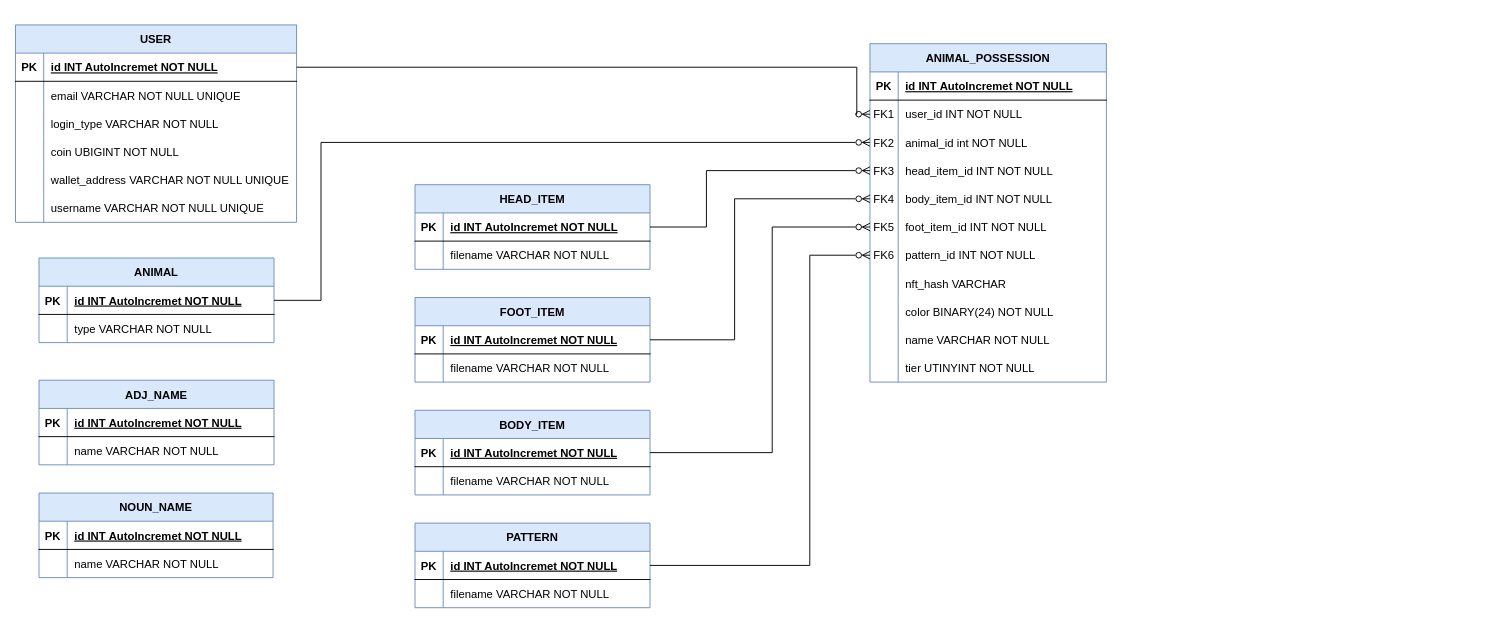
The draw.io diagram docs/BLUE_HAT_ERD.drawio in Blue-Hat-Games/bluehat_server, before the edit. Source tidied: cells renumbered, new cells numbered last; positions are measured from the earlier drawing's top-left corner, leaving out a move shared by most shapes. Both pictures are drawn from the tidied source at 94%, with x=0, y=0 at pixel (15, 24).
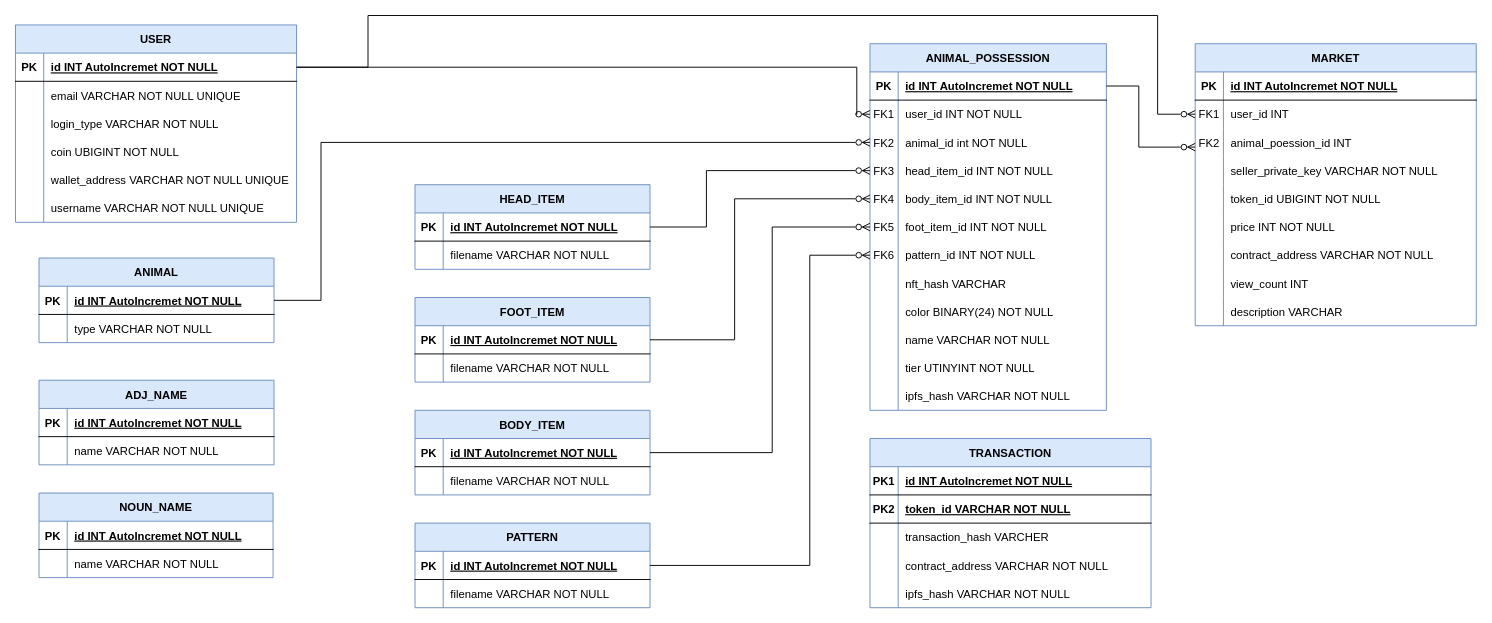
The same page after the edit.

The change refers to these unchanged cells:
```xml
<mxCell id="10" style="shape=partialRectangle;fillColor=none;points=[[0,0.5],[1,0.5]];portConstraint=eastwest;top=0;left=0;right=0;bottom=1;" parent="9" vertex="1">
  <mxGeometry y="30" width="251.5" height="30" as="geometry" />
</mxCell>
<mxCell id="44" style="shape=partialRectangle;fillColor=none;points=[[0,0.5],[1,0.5]];portConstraint=eastwest;top=0;left=0;right=0;bottom=1;" parent="43" vertex="1">
  <mxGeometry y="30" width="299" height="30" as="geometry" />
</mxCell>
```

The edit, as a diff of the source:
```diff
@@
     <mxCell id="9" value="ANIMAL_POSSESSION" style="shape=table;startSize=30;childLayout=tableLayout;rowLines=0;fontStyle=1;align=center;fillColor=#dae8fc;strokeColor=#6c8ebf;" parent="1" vertex="1">
-      <mxGeometry x="909" y="20" width="251.5" height="360" as="geometry" />
+      <mxGeometry x="909" y="20" width="251.5" height="390" as="geometry" />
     </mxCell>
@@
+    <mxCell id="111" style="shape=partialRectangle;fillColor=none;top=0;left=0;right=0;bottom=0;" parent="9" vertex="1">
+      <mxGeometry y="360" width="251.5" height="30" as="geometry" />
+    </mxCell>
+    <mxCell id="112" style="shape=partialRectangle;overflow=hidden;fillColor=none;top=0;left=0;bottom=0;right=0;" parent="111" vertex="1">
+      <mxGeometry width="30" height="30" as="geometry" />
+    </mxCell>
+    <mxCell id="113" value="ipfs_hash VARCHAR NOT NULL" style="shape=partialRectangle;overflow=hidden;fillColor=none;top=0;left=0;bottom=0;right=0;align=left;spacingLeft=6;" parent="111" vertex="1">
+      <mxGeometry x="30" width="221.5" height="30" as="geometry" />
+    </mxCell>
@@
+    <mxCell id="114" value="MARKET" style="shape=table;startSize=30;childLayout=tableLayout;rowLines=0;fontStyle=1;align=center;fillColor=#dae8fc;strokeColor=#6c8ebf;" parent="1" vertex="1">
+      <mxGeometry x="1255" y="20" width="299" height="300" as="geometry" />
+    </mxCell>
+    <mxCell id="115" style="shape=partialRectangle;fillColor=none;top=0;left=0;right=0;bottom=1;" parent="114" vertex="1">
+      <mxGeometry y="30" width="299" height="30" as="geometry" />
+    </mxCell>
+    <mxCell id="116" value="PK" style="shape=partialRectangle;overflow=hidden;fillColor=none;top=0;left=0;bottom=0;right=0;fontStyle=1;" parent="115" vertex="1">
+      <mxGeometry width="30" height="30" as="geometry" />
+    </mxCell>
+    <mxCell id="117" value="id INT AutoIncremet NOT NULL" style="shape=partialRectangle;overflow=hidden;fillColor=none;top=0;left=0;bottom=0;right=0;align=left;spacingLeft=6;fontStyle=5;" parent="115" vertex="1">
+      <mxGeometry x="30" width="269" height="30" as="geometry" />
+    </mxCell>
+    <mxCell id="118" style="shape=partialRectangle;fillColor=none;points=[[0,0.5],[1,0.5]];portConstraint=eastwest;top=0;left=0;right=0;bottom=0;" parent="114" vertex="1">
+      <mxGeometry y="60" width="299" height="30" as="geometry" />
+    </mxCell>
+    <mxCell id="119" value="FK1" style="shape=partialRectangle;overflow=hidden;fillColor=none;top=0;left=0;bottom=0;right=0;" parent="118" vertex="1">
+      <mxGeometry width="30" height="30" as="geometry" />
+    </mxCell>
+    <mxCell id="120" value="user_id INT" style="shape=partialRectangle;overflow=hidden;fillColor=none;top=0;left=0;bottom=0;right=0;align=left;spacingLeft=6;" parent="118" vertex="1">
+      <mxGeometry x="30" width="269" height="30" as="geometry" />
+    </mxCell>
+    <mxCell id="121" style="shape=partialRectangle;fillColor=none;top=0;left=0;right=0;bottom=0;" parent="114" vertex="1">
+      <mxGeometry y="90" width="299" height="30" as="geometry" />
+    </mxCell>
+    <mxCell id="122" value="FK2" style="shape=partialRectangle;overflow=hidden;fillColor=none;top=0;left=0;bottom=0;right=0;" parent="121" vertex="1">
+      <mxGeometry width="30" height="30" as="geometry" />
+    </mxCell>
+    <mxCell id="123" value="animal_poession_id INT" style="shape=partialRectangle;overflow=hidden;fillColor=none;top=0;left=0;bottom=0;right=0;align=left;spacingLeft=6;" parent="121" vertex="1">
+      <mxGeometry x="30" width="269" height="30" as="geometry" />
+    </mxCell>
+    <mxCell id="124" style="shape=partialRectangle;fillColor=none;points=[[0,0.5],[1,0.5]];portConstraint=eastwest;top=0;left=0;right=0;bottom=0;" parent="114" vertex="1">
+      <mxGeometry y="120" width="299" height="30" as="geometry" />
+    </mxCell>
+    <mxCell id="125" style="shape=partialRectangle;overflow=hidden;fillColor=none;top=0;left=0;bottom=0;right=0;" parent="124" vertex="1">
+      <mxGeometry width="30" height="30" as="geometry" />
+    </mxCell>
+    <mxCell id="126" value="seller_private_key VARCHAR NOT NULL" style="shape=partialRectangle;overflow=hidden;fillColor=none;top=0;left=0;bottom=0;right=0;align=left;spacingLeft=6;" parent="124" vertex="1">
+      <mxGeometry x="30" width="269" height="30" as="geometry" />
+    </mxCell>
+    <mxCell id="127" style="shape=partialRectangle;fillColor=none;top=0;left=0;right=0;bottom=0;" parent="114" vertex="1">
+      <mxGeometry y="150" width="299" height="30" as="geometry" />
+    </mxCell>
+    <mxCell id="128" style="shape=partialRectangle;overflow=hidden;fillColor=none;top=0;left=0;bottom=0;right=0;" parent="127" vertex="1">
+      <mxGeometry width="30" height="30" as="geometry" />
+    </mxCell>
+    <mxCell id="129" value="token_id UBIGINT NOT NULL" style="shape=partialRectangle;overflow=hidden;fillColor=none;top=0;left=0;bottom=0;right=0;align=left;spacingLeft=6;" parent="127" vertex="1">
+      <mxGeometry x="30" width="269" height="30" as="geometry" />
+    </mxCell>
+    <mxCell id="130" style="shape=partialRectangle;fillColor=none;top=0;left=0;right=0;bottom=0;" parent="114" vertex="1">
+      <mxGeometry y="180" width="299" height="30" as="geometry" />
+    </mxCell>
+    <mxCell id="131" style="shape=partialRectangle;overflow=hidden;fillColor=none;top=0;left=0;bottom=0;right=0;" parent="130" vertex="1">
+      <mxGeometry width="30" height="30" as="geometry" />
+    </mxCell>
+    <mxCell id="132" value="price INT NOT NULL" style="shape=partialRectangle;overflow=hidden;fillColor=none;top=0;left=0;bottom=0;right=0;align=left;spacingLeft=6;" parent="130" vertex="1">
+      <mxGeometry x="30" width="269" height="30" as="geometry" />
+    </mxCell>
+    <mxCell id="133" style="shape=partialRectangle;fillColor=none;top=0;left=0;right=0;bottom=0;" parent="114" vertex="1">
+      <mxGeometry y="210" width="299" height="30" as="geometry" />
+    </mxCell>
+    <mxCell id="134" style="shape=partialRectangle;overflow=hidden;fillColor=none;top=0;left=0;bottom=0;right=0;" parent="133" vertex="1">
+      <mxGeometry width="30" height="30" as="geometry" />
+    </mxCell>
+    <mxCell id="135" value="contract_address VARCHAR NOT NULL" style="shape=partialRectangle;overflow=hidden;fillColor=none;top=0;left=0;bottom=0;right=0;align=left;spacingLeft=6;" parent="133" vertex="1">
+      <mxGeometry x="30" width="269" height="30" as="geometry" />
+    </mxCell>
+    <mxCell id="136" style="shape=partialRectangle;fillColor=none;top=0;left=0;right=0;bottom=0;" parent="114" vertex="1">
+      <mxGeometry y="240" width="299" height="30" as="geometry" />
+    </mxCell>
+    <mxCell id="137" style="shape=partialRectangle;overflow=hidden;fillColor=none;top=0;left=0;bottom=0;right=0;" parent="136" vertex="1">
+      <mxGeometry width="30" height="30" as="geometry" />
+    </mxCell>
+    <mxCell id="138" value="view_count INT" style="shape=partialRectangle;overflow=hidden;fillColor=none;top=0;left=0;bottom=0;right=0;align=left;spacingLeft=6;" parent="136" vertex="1">
+      <mxGeometry x="30" width="269" height="30" as="geometry" />
+    </mxCell>
+    <mxCell id="139" style="edgeStyle=orthogonalEdgeStyle;rounded=0;orthogonalLoop=1;jettySize=auto;html=1;exitX=1;exitY=0.5;exitDx=0;exitDy=0;" parent="114" edge="1" source="124" target="124">
+      <mxGeometry relative="1" as="geometry" />
+    </mxCell>
+    <mxCell id="140" style="shape=partialRectangle;fillColor=none;top=0;left=0;right=0;bottom=0;" parent="114" vertex="1">
+      <mxGeometry y="270" width="299" height="30" as="geometry" />
+    </mxCell>
+    <mxCell id="141" style="shape=partialRectangle;overflow=hidden;fillColor=none;top=0;left=0;bottom=0;right=0;" parent="140" vertex="1">
+      <mxGeometry width="30" height="30" as="geometry" />
+    </mxCell>
+    <mxCell id="142" value="description VARCHAR" style="shape=partialRectangle;overflow=hidden;fillColor=none;top=0;left=0;bottom=0;right=0;align=left;spacingLeft=6;" parent="140" vertex="1">
+      <mxGeometry x="30" width="269" height="30" as="geometry" />
+    </mxCell>
+    <mxCell id="143" style="edgeStyle=orthogonalEdgeStyle;rounded=0;jettySize=auto;html=1;exitX=1;exitY=0.5;exitDx=0;exitDy=0;endArrow=ERzeroToMany;endFill=0;" parent="1" edge="1" source="10">
+      <mxGeometry relative="1" as="geometry">
+        <mxPoint x="1255" y="130" as="targetPoint" />
+        <Array as="points">
+          <mxPoint x="1195" y="65" />
+          <mxPoint x="1195" y="130" />
+        </Array>
+      </mxGeometry>
+    </mxCell>
+    <mxCell id="144" style="edgeStyle=orthogonalEdgeStyle;rounded=0;jettySize=auto;html=1;exitX=1;exitY=0.5;exitDx=0;exitDy=0;endArrow=ERzeroToMany;endFill=0;entryX=0;entryY=0.5;entryDx=0;entryDy=0;" parent="1" edge="1" source="44" target="118">
+      <mxGeometry relative="1" as="geometry">
+        <Array as="points">
+          <mxPoint x="375" y="45" />
+          <mxPoint x="375" y="-10" />
+          <mxPoint x="1215" y="-10" />
+          <mxPoint x="1215" y="95" />
+        </Array>
+      </mxGeometry>
+    </mxCell>
+    <mxCell id="145" value="TRANSACTION" style="shape=table;startSize=30;childLayout=tableLayout;rowLines=0;fontStyle=1;align=center;fillColor=#dae8fc;strokeColor=#6c8ebf;" parent="1" vertex="1">
+      <mxGeometry x="909" y="440" width="299" height="180" as="geometry" />
+    </mxCell>
+    <mxCell id="146" style="shape=partialRectangle;fillColor=none;top=0;left=0;right=0;bottom=1;" parent="145" vertex="1">
+      <mxGeometry y="30" width="299" height="30" as="geometry" />
+    </mxCell>
+    <mxCell id="147" value="PK1" style="shape=partialRectangle;overflow=hidden;fillColor=none;top=0;left=0;bottom=0;right=0;fontStyle=1;" parent="146" vertex="1">
+      <mxGeometry width="30" height="30" as="geometry" />
+    </mxCell>
+    <mxCell id="148" value="id INT AutoIncremet NOT NULL" style="shape=partialRectangle;overflow=hidden;fillColor=none;top=0;left=0;bottom=0;right=0;align=left;spacingLeft=6;fontStyle=5;" parent="146" vertex="1">
+      <mxGeometry x="30" width="269" height="30" as="geometry" />
+    </mxCell>
+    <mxCell id="149" style="shape=partialRectangle;fillColor=none;top=0;left=0;right=0;bottom=1;" parent="145" vertex="1">
+      <mxGeometry y="60" width="299" height="30" as="geometry" />
+    </mxCell>
+    <mxCell id="150" value="PK2" style="shape=partialRectangle;overflow=hidden;fillColor=none;top=0;left=0;bottom=0;right=0;fontStyle=1;" parent="149" vertex="1">
+      <mxGeometry width="30" height="30" as="geometry" />
+    </mxCell>
+    <mxCell id="151" value="token_id VARCHAR NOT NULL" style="shape=partialRectangle;overflow=hidden;fillColor=none;top=0;left=0;bottom=0;right=0;align=left;spacingLeft=6;fontStyle=5;" parent="149" vertex="1">
+      <mxGeometry x="30" width="269" height="30" as="geometry" />
+    </mxCell>
+    <mxCell id="152" style="shape=partialRectangle;fillColor=none;top=0;left=0;right=0;bottom=0;" parent="145" vertex="1">
+      <mxGeometry y="90" width="299" height="30" as="geometry" />
+    </mxCell>
+    <mxCell id="153" style="shape=partialRectangle;overflow=hidden;fillColor=none;top=0;left=0;bottom=0;right=0;" parent="152" vertex="1">
+      <mxGeometry width="30" height="30" as="geometry" />
+    </mxCell>
+    <mxCell id="154" value="transaction_hash VARCHER" style="shape=partialRectangle;overflow=hidden;fillColor=none;top=0;left=0;bottom=0;right=0;align=left;spacingLeft=6;" parent="152" vertex="1">
+      <mxGeometry x="30" width="269" height="30" as="geometry" />
+    </mxCell>
+    <mxCell id="155" style="shape=partialRectangle;fillColor=none;top=0;left=0;right=0;bottom=0;" parent="145" vertex="1">
+      <mxGeometry y="120" width="299" height="30" as="geometry" />
+    </mxCell>
+    <mxCell id="156" style="shape=partialRectangle;overflow=hidden;fillColor=none;top=0;left=0;bottom=0;right=0;" parent="155" vertex="1">
+      <mxGeometry width="30" height="30" as="geometry" />
+    </mxCell>
+    <mxCell id="157" value="contract_address VARCHAR NOT NULL" style="shape=partialRectangle;overflow=hidden;fillColor=none;top=0;left=0;bottom=0;right=0;align=left;spacingLeft=6;" parent="155" vertex="1">
+      <mxGeometry x="30" width="269" height="30" as="geometry" />
+    </mxCell>
+    <mxCell id="158" style="shape=partialRectangle;fillColor=none;points=[[0,0.5],[1,0.5]];portConstraint=eastwest;top=0;left=0;right=0;bottom=0;" parent="145" vertex="1">
+      <mxGeometry y="150" width="299" height="30" as="geometry" />
+    </mxCell>
+    <mxCell id="159" style="shape=partialRectangle;overflow=hidden;fillColor=none;top=0;left=0;bottom=0;right=0;" parent="158" vertex="1">
+      <mxGeometry width="30" height="30" as="geometry" />
+    </mxCell>
+    <mxCell id="160" value="ipfs_hash VARCHAR NOT NULL" style="shape=partialRectangle;overflow=hidden;fillColor=none;top=0;left=0;bottom=0;right=0;align=left;spacingLeft=6;" parent="158" vertex="1">
+      <mxGeometry x="30" width="269" height="30" as="geometry" />
+    </mxCell>
+    <mxCell id="161" style="edgeStyle=orthogonalEdgeStyle;rounded=0;orthogonalLoop=1;jettySize=auto;html=1;exitX=1;exitY=0.5;exitDx=0;exitDy=0;" parent="145" edge="1" source="158" target="158">
+      <mxGeometry relative="1" as="geometry" />
+    </mxCell>
```
